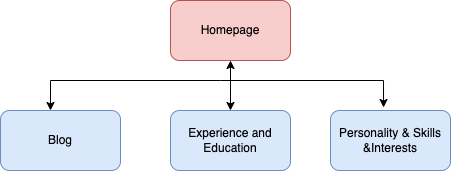
The draw.io diagram Sitemap.png in AnaBondiguel/My-Portfolio, before a commit. Source tidied: cells renumbered, new cells last; positions are measured from the earlier drawing's top-left corner, leaving out a move shared by most shapes.
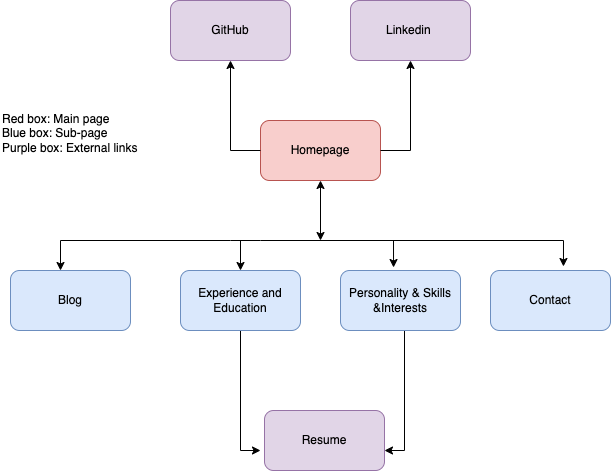
Above is the later version.

What changed in the source:
```diff
@@ -2,39 +2,113 @@
   <root>
     <mxCell id="0" />
     <mxCell id="1" parent="0" />
+    <mxCell id="9" style="group;" parent="1" vertex="1">
+      <mxGeometry x="-90" width="600" height="470" as="geometry" />
+    </mxCell>
+    <mxCell id="10" value="Linkedin&amp;nbsp;" style="rounded=1;whiteSpace=wrap;html=1;fillColor=#e1d5e7;strokeColor=#9673a6;" parent="9" vertex="1">
+      <mxGeometry x="340" width="120" height="60" as="geometry" />
+    </mxCell>
+    <mxCell id="11" value="GitHub" style="rounded=1;whiteSpace=wrap;html=1;fillColor=#e1d5e7;strokeColor=#9673a6;" parent="9" vertex="1">
+      <mxGeometry x="160" width="120" height="60" as="geometry" />
+    </mxCell>
+    <mxCell id="12" style="group;" parent="9" vertex="1">
+      <mxGeometry y="120" width="600" height="350" as="geometry" />
+    </mxCell>
+    <mxCell id="13" style="endArrow=classic;html=1;rounded=0;" parent="12" edge="1">
+      <mxGeometry relative="1" as="geometry">
+        <mxPoint x="394" y="210" as="sourcePoint" />
+        <mxPoint x="374" y="330" as="targetPoint" />
+        <Array as="points">
+          <mxPoint x="394" y="330" />
+        </Array>
+      </mxGeometry>
+    </mxCell>
+    <mxCell id="14" style="group;" parent="12" vertex="1">
+      <mxGeometry width="600" height="350" as="geometry" />
+    </mxCell>
+    <mxCell id="15" style="endArrow=classic;html=1;rounded=0;entryX=0.5;entryY=0;entryDx=0;entryDy=0;" parent="14" edge="1" target="4">
+      <mxGeometry relative="1" as="geometry">
+        <mxPoint x="230" y="120" as="sourcePoint" />
+      </mxGeometry>
+    </mxCell>
+    <mxCell id="16" style="endArrow=classic;html=1;rounded=0;exitX=0.5;exitY=1;exitDx=0;exitDy=0;" parent="14" edge="1" source="4">
+      <mxGeometry relative="1" as="geometry">
+        <mxPoint x="250" y="330" as="targetPoint" />
+        <Array as="points">
+          <mxPoint x="230" y="330" />
+        </Array>
+      </mxGeometry>
+    </mxCell>
+    <mxCell id="17" style="group;" parent="14" vertex="1">
+      <mxGeometry width="600" height="350" as="geometry" />
+    </mxCell>
-    <mxCell id="2" value="Homepage" style="rounded=1;whiteSpace=wrap;html=1;fillColor=#f8cecc;strokeColor=#b85450;" parent="1" vertex="1">
-      <mxGeometry x="170" width="120" height="60" as="geometry" />
+    <mxCell id="2" value="Homepage" style="rounded=1;whiteSpace=wrap;html=1;fillColor=#f8cecc;strokeColor=#b85450;" parent="17" vertex="1">
+      <mxGeometry x="250" width="120" height="60" as="geometry" />
     </mxCell>
-    <mxCell id="3" value="Blog" style="rounded=1;whiteSpace=wrap;html=1;fillColor=#dae8fc;strokeColor=#6c8ebf;" parent="1" vertex="1">
-      <mxGeometry y="110" width="120" height="60" as="geometry" />
+    <mxCell id="3" value="Blog" style="rounded=1;whiteSpace=wrap;html=1;fillColor=#dae8fc;strokeColor=#6c8ebf;" parent="17" vertex="1">
+      <mxGeometry y="150" width="120" height="60" as="geometry" />
     </mxCell>
-    <mxCell id="4" value="Experience and Education" style="rounded=1;whiteSpace=wrap;html=1;fillColor=#dae8fc;strokeColor=#6c8ebf;" parent="1" vertex="1">
-      <mxGeometry x="170" y="110" width="120" height="60" as="geometry" />
+    <mxCell id="4" value="Experience and Education" style="rounded=1;whiteSpace=wrap;html=1;fillColor=#dae8fc;strokeColor=#6c8ebf;" parent="17" vertex="1">
+      <mxGeometry x="170" y="150" width="120" height="60" as="geometry" />
     </mxCell>
-    <mxCell id="5" value="Personality &amp;amp; Skills &amp;amp;Interests" style="rounded=1;whiteSpace=wrap;html=1;fillColor=#dae8fc;strokeColor=#6c8ebf;" parent="1" vertex="1">
-      <mxGeometry x="330" y="110" width="120" height="60" as="geometry" />
+    <mxCell id="5" value="Personality &amp;amp; Skills &amp;amp;Interests" style="rounded=1;whiteSpace=wrap;html=1;fillColor=#dae8fc;strokeColor=#6c8ebf;" parent="17" vertex="1">
+      <mxGeometry x="330" y="150" width="120" height="60" as="geometry" />
     </mxCell>
-    <mxCell id="6" style="endArrow=classic;html=1;rounded=0;entryX=0.442;entryY=-0.05;entryDx=0;entryDy=0;entryPerimeter=0;" parent="1" edge="1" target="5">
+    <mxCell id="6" style="endArrow=classic;html=1;rounded=0;entryX=0.442;entryY=-0.05;entryDx=0;entryDy=0;entryPerimeter=0;" parent="17" edge="1" target="5">
       <mxGeometry relative="1" as="geometry">
-        <mxPoint x="220" y="80" as="sourcePoint" />
+        <mxPoint x="220" y="120" as="sourcePoint" />
         <Array as="points">
-          <mxPoint x="383" y="80" />
+          <mxPoint x="250" y="120" />
+          <mxPoint x="383" y="120" />
         </Array>
       </mxGeometry>
     </mxCell>
-    <mxCell id="7" style="endArrow=classic;html=1;rounded=0;" parent="1" edge="1">
+    <mxCell id="7" style="endArrow=classic;html=1;rounded=0;" parent="17" edge="1">
       <mxGeometry relative="1" as="geometry">
-        <mxPoint x="220" y="80" as="sourcePoint" />
-        <mxPoint x="50" y="110" as="targetPoint" />
+        <mxPoint x="220" y="120" as="sourcePoint" />
+        <mxPoint x="50" y="150" as="targetPoint" />
         <Array as="points">
-          <mxPoint x="50" y="80" />
+          <mxPoint x="50" y="120" />
         </Array>
       </mxGeometry>
     </mxCell>
-    <mxCell id="8" style="endArrow=classic;startArrow=classic;html=1;rounded=0;exitX=0.5;exitY=0;exitDx=0;exitDy=0;" parent="1" edge="1" source="4">
-      <mxGeometry relative="1" as="geometry">
-        <mxPoint x="230" y="60" as="targetPoint" />
-      </mxGeometry>
-    </mxCell>
+    <mxCell id="18" value="Contact" style="rounded=1;whiteSpace=wrap;html=1;fillColor=#dae8fc;strokeColor=#6c8ebf;" parent="17" vertex="1">
+      <mxGeometry x="480" y="150" width="120" height="60" as="geometry" />
+    </mxCell>
+    <mxCell id="19" style="endArrow=classic;html=1;rounded=0;entryX=0.608;entryY=-0.067;entryDx=0;entryDy=0;entryPerimeter=0;" parent="17" edge="1" target="18">
+      <mxGeometry relative="1" as="geometry">
+        <mxPoint x="380" y="120" as="sourcePoint" />
+        <Array as="points">
+          <mxPoint x="553" y="120" />
+        </Array>
+      </mxGeometry>
+    </mxCell>
+    <mxCell id="20" style="endArrow=classic;startArrow=classic;html=1;rounded=0;entryX=0.5;entryY=1;entryDx=0;entryDy=0;" parent="17" edge="1" target="2">
+      <mxGeometry relative="1" as="geometry">
+        <mxPoint x="310" y="120" as="sourcePoint" />
+      </mxGeometry>
+    </mxCell>
+    <mxCell id="21" value="Resume" style="rounded=1;whiteSpace=wrap;html=1;fillColor=#e1d5e7;strokeColor=#9673a6;" parent="17" vertex="1">
+      <mxGeometry x="254" y="290" width="120" height="60" as="geometry" />
+    </mxCell>
+    <mxCell id="22" value="Red box: Main page&lt;br&gt;Blue box: Sub-page&lt;br&gt;Purple box: External links" style="text;html=1;strokeColor=none;fillColor=none;align=left;verticalAlign=middle;whiteSpace=wrap;rounded=0;" parent="17" vertex="1">
+      <mxGeometry x="-10" y="-35" width="200" height="95" as="geometry" />
+    </mxCell>
+    <mxCell id="23" style="endArrow=classic;html=1;rounded=0;entryX=0.5;entryY=1;entryDx=0;entryDy=0;" parent="9" edge="1" target="11">
+      <mxGeometry relative="1" as="geometry">
+        <mxPoint x="250" y="150" as="sourcePoint" />
+        <Array as="points">
+          <mxPoint x="220" y="150" />
+        </Array>
+      </mxGeometry>
+    </mxCell>
+    <mxCell id="24" style="endArrow=classic;html=1;rounded=0;entryX=0.5;entryY=1;entryDx=0;entryDy=0;" parent="9" edge="1" target="10">
+      <mxGeometry relative="1" as="geometry">
+        <mxPoint x="370" y="150" as="sourcePoint" />
+        <Array as="points">
+          <mxPoint x="400" y="150" />
+        </Array>
+      </mxGeometry>
+    </mxCell>
   </root>
 </mxGraphModel>
```
